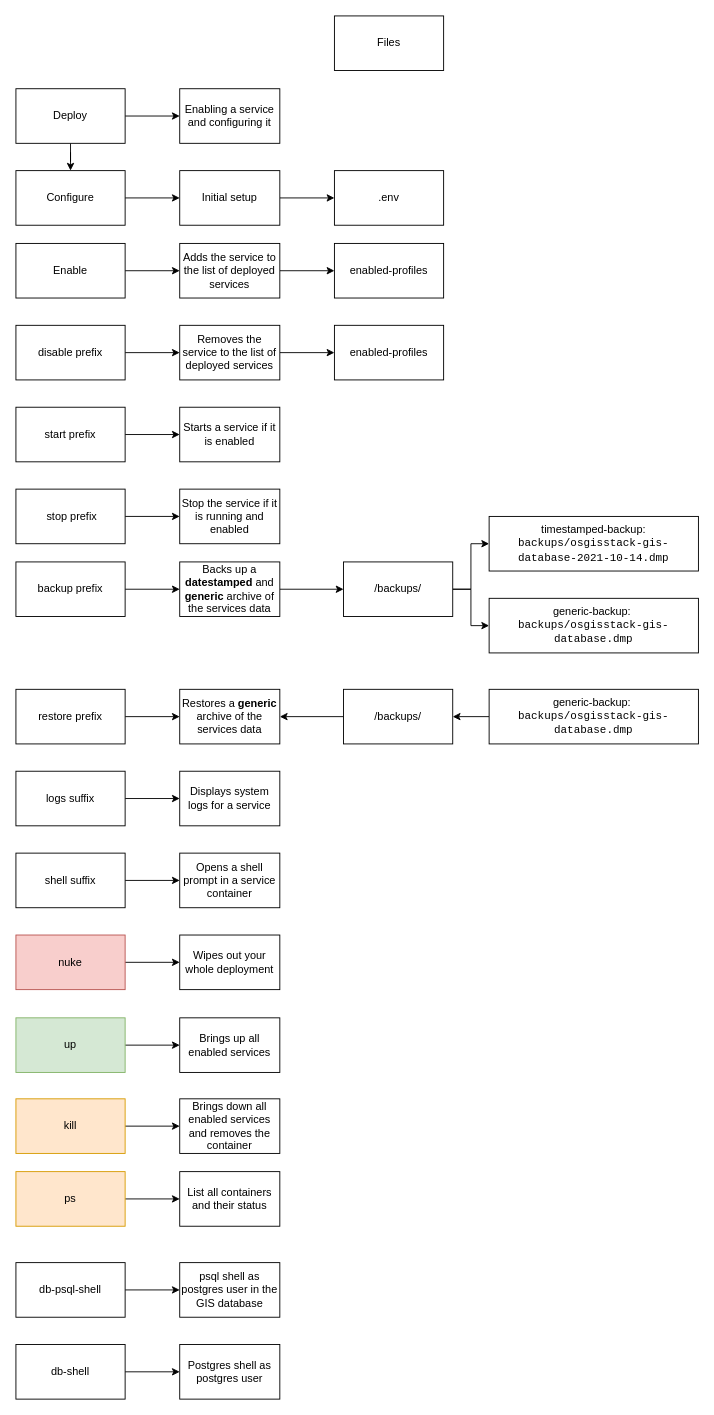
Earlier version of the draw.io diagram diagrams/MakeCommands.drawio (kartoza/osgs). Source tidied: cells renumbered, new cells numbered last; positions are measured from the earlier drawing's top-left corner, leaving out a move shared by most shapes. Both pictures are drawn from the tidied source at 91%, with x=0, y=0 at pixel (15, 15).
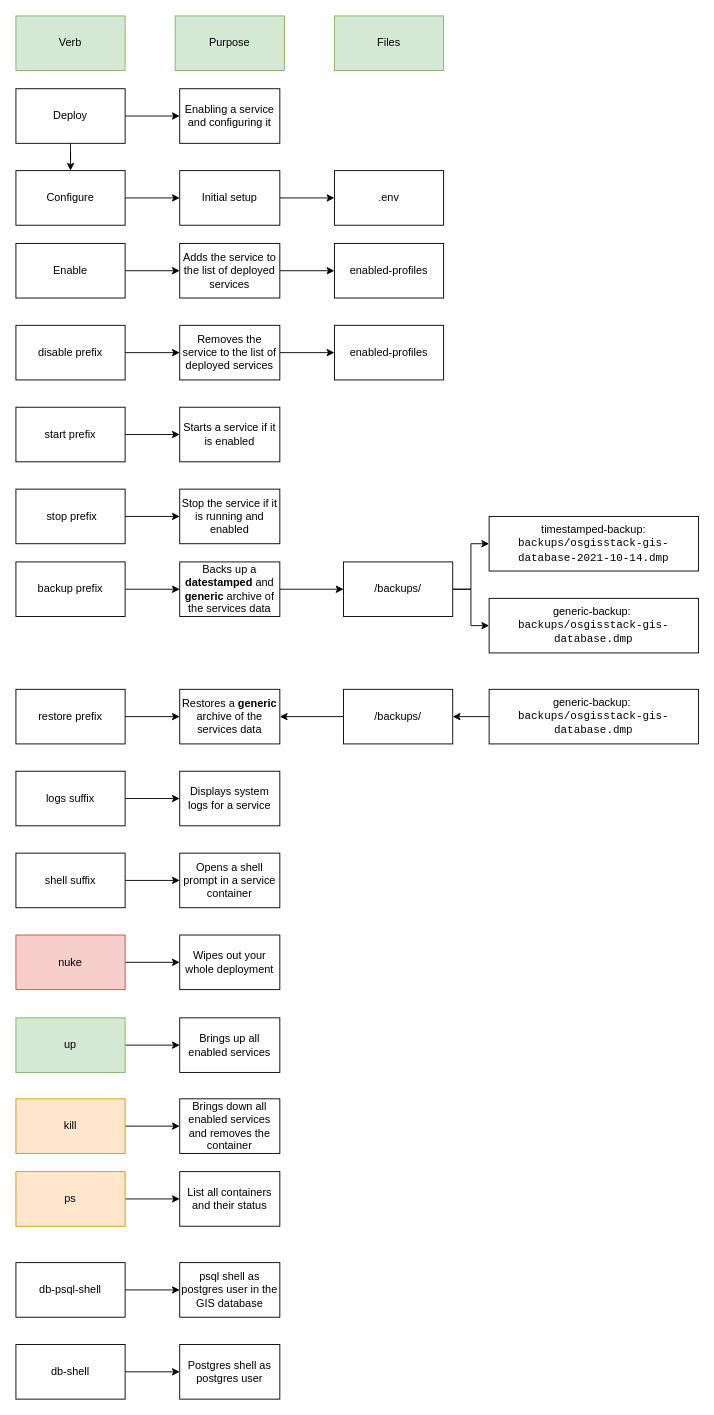
The same diagram, later.

Commit message (it also covers changes not shown here):
Added note to moving pandas docker

What changed in the source:
```diff
@@
-    <mxCell id="21" value="Files" style="rounded=0;whiteSpace=wrap;html=1;" parent="1" vertex="1">
+    <mxCell id="21" value="Files" style="rounded=0;whiteSpace=wrap;html=1;fillColor=#d5e8d4;strokeColor=#82b366;" parent="1" vertex="1">
       <mxGeometry x="350" width="120" height="60" as="geometry" />
     </mxCell>
@@
+    <mxCell id="68" value="Purpose" style="rounded=0;whiteSpace=wrap;html=1;fillColor=#d5e8d4;strokeColor=#82b366;" parent="1" vertex="1">
+      <mxGeometry x="175" width="120" height="60" as="geometry" />
+    </mxCell>
+    <mxCell id="69" value="Verb" style="rounded=0;whiteSpace=wrap;html=1;fillColor=#d5e8d4;strokeColor=#82b366;" parent="1" vertex="1">
+      <mxGeometry width="120" height="60" as="geometry" />
+    </mxCell>
```
